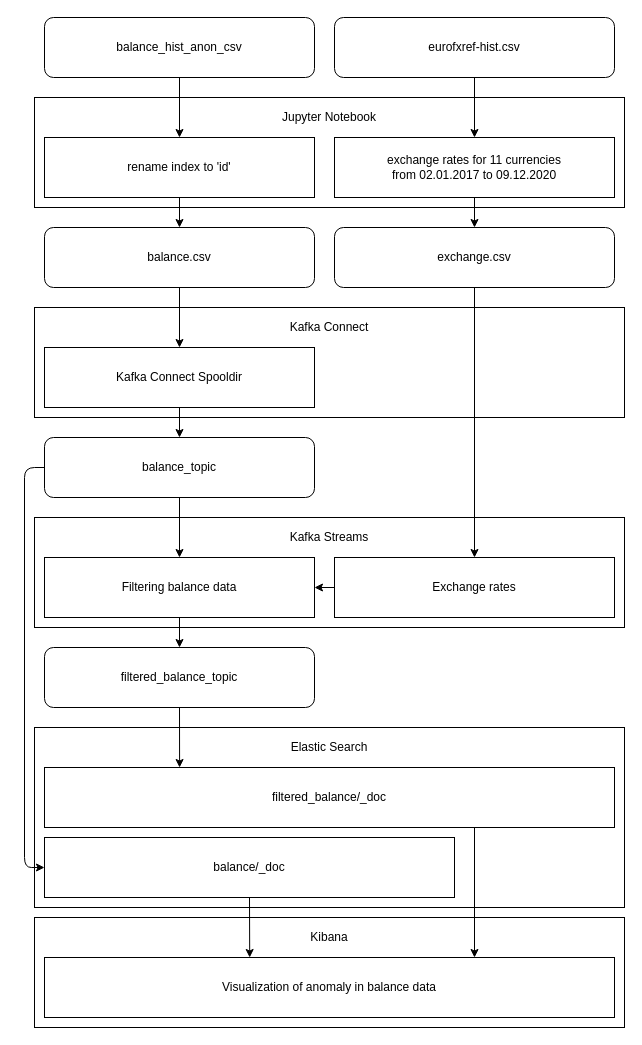
Earlier version of the draw.io diagram report/architecture.drawio (JoeRakhimov/AnomalyDetection). Source tidied: cells renumbered, new cells numbered last; positions are measured from the earlier drawing's top-left corner, leaving out a move shared by most shapes. Both pictures are drawn from the tidied source at 100%, with x=0, y=0 at pixel (24, 17).
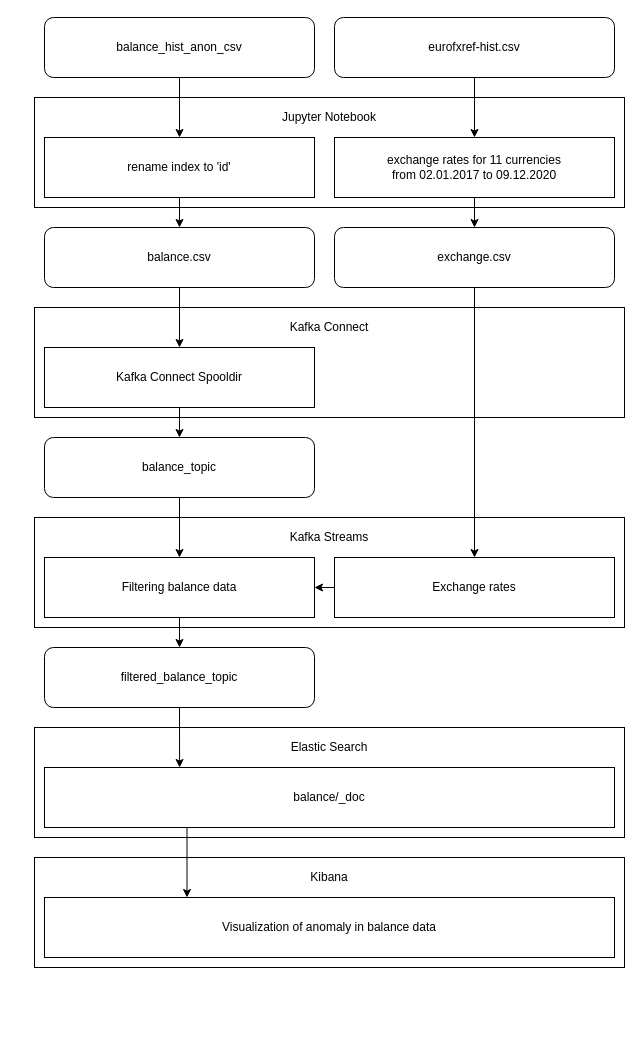
After the change.

The change refers to these unchanged cells:
```xml
<mxCell id="8" value="balance_topic" style="rounded=1;whiteSpace=wrap;html=1;" parent="1" vertex="1">
  <mxGeometry x="20" y="420" width="270" height="60" as="geometry" />
</mxCell>
<mxCell id="15" value="filtered_balance_topic" style="rounded=1;whiteSpace=wrap;html=1;" parent="1" vertex="1">
  <mxGeometry x="20" y="630" width="270" height="60" as="geometry" />
</mxCell>
```

Change to the diagram source:
```diff
@@
     <mxCell id="16" style="rounded=0;whiteSpace=wrap;html=1;" parent="1" vertex="1">
-      <mxGeometry x="10" y="710" width="590" height="180" as="geometry" />
+      <mxGeometry x="10" y="710" width="590" height="110" as="geometry" />
     </mxCell>
-    <mxCell id="17" value="filtered_balance/_doc" style="rounded=0;whiteSpace=wrap;html=1;" parent="1" vertex="1">
-      <mxGeometry x="20" y="750" width="570" height="60" as="geometry" />
-    </mxCell>
@@
-    <mxCell id="19" style="endArrow=classic;html=1;exitX=0.5;exitY=1;exitDx=0;exitDy=0;entryX=0.237;entryY=0;entryDx=0;entryDy=0;entryPerimeter=0;" parent="1" edge="1" source="15" target="17">
-      <mxGeometry relative="1" as="geometry" />
+    <mxCell id="19" style="endArrow=classic;html=1;exitX=0.5;exitY=1;exitDx=0;exitDy=0;entryX=0.237;entryY=0;entryDx=0;entryDy=0;entryPerimeter=0;" parent="1" edge="1" source="15">
+      <mxGeometry relative="1" as="geometry">
+        <mxPoint x="155.1" y="750" as="targetPoint" />
+      </mxGeometry>
     </mxCell>
@@
     <mxCell id="21" value="balance/_doc" style="rounded=0;whiteSpace=wrap;html=1;" parent="1" vertex="1">
-      <mxGeometry x="20" y="820" width="410" height="60" as="geometry" />
+      <mxGeometry x="20" y="750" width="570" height="60" as="geometry" />
     </mxCell>
-    <mxCell id="22" style="endArrow=classic;html=1;exitX=0;exitY=0.5;exitDx=0;exitDy=0;entryX=0;entryY=0.5;entryDx=0;entryDy=0;" parent="1" edge="1" source="8" target="21">
-      <mxGeometry relative="1" as="geometry">
-        <Array as="points">
-          <mxPoint y="450" />
-          <mxPoint y="850" />
-        </Array>
-      </mxGeometry>
-    </mxCell>
     <mxCell id="23" style="rounded=0;whiteSpace=wrap;html=1;" parent="1" vertex="1">
-      <mxGeometry x="10" y="900" width="590" height="110" as="geometry" />
+      <mxGeometry x="10" y="840" width="590" height="110" as="geometry" />
     </mxCell>
     <mxCell id="24" value="Kibana" style="text;html=1;strokeColor=none;fillColor=none;align=center;verticalAlign=middle;whiteSpace=wrap;rounded=0;" parent="1" vertex="1">
-      <mxGeometry x="240" y="910" width="130" height="20" as="geometry" />
+      <mxGeometry x="240" y="850" width="130" height="20" as="geometry" />
     </mxCell>
     <mxCell id="25" value="&lt;span&gt;Visualization of anomaly in balance data&lt;/span&gt;" style="rounded=0;whiteSpace=wrap;html=1;" parent="1" vertex="1">
-      <mxGeometry x="20" y="940" width="570" height="60" as="geometry" />
+      <mxGeometry x="20" y="880" width="570" height="60" as="geometry" />
     </mxCell>
-    <mxCell id="26" style="endArrow=classic;html=1;entryX=0.5;entryY=0;entryDx=0;entryDy=0;" parent="1" edge="1">
-      <mxGeometry relative="1" as="geometry">
-        <mxPoint x="450" y="810" as="sourcePoint" />
-        <mxPoint x="450" y="940" as="targetPoint" />
-      </mxGeometry>
-    </mxCell>
@@
-    <mxCell id="39" style="endArrow=classic;html=1;exitX=0.5;exitY=1;exitDx=0;exitDy=0;entryX=0.36;entryY=0;entryDx=0;entryDy=0;entryPerimeter=0;" parent="1" edge="1" source="21" target="25">
+    <mxCell id="39" style="endArrow=classic;html=1;exitX=0.25;exitY=1;exitDx=0;exitDy=0;entryX=0.25;entryY=0;entryDx=0;entryDy=0;" parent="1" edge="1" source="21" target="25">
       <mxGeometry relative="1" as="geometry" />
     </mxCell>
```
